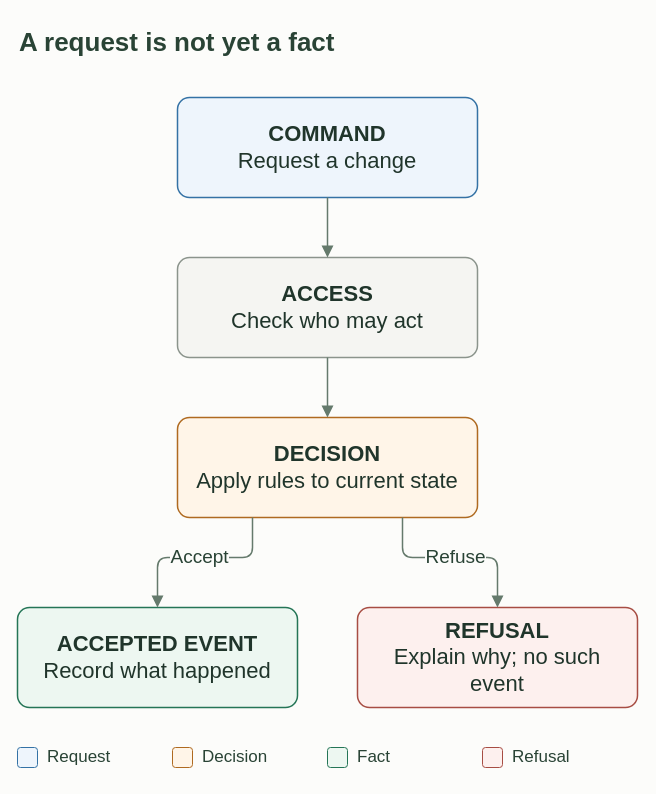
The draw.io diagram website/public/diagrams/request-decision-event.drawio in neohaskell/NeoHaskell, before the edit. Source tidied: cells renumbered, new cells numbered last; positions are measured from the earlier drawing's top-left corner, leaving out a move shared by most shapes. Both pictures are drawn from the tidied source at 100%, with x=0, y=0 at pixel (17, 17).
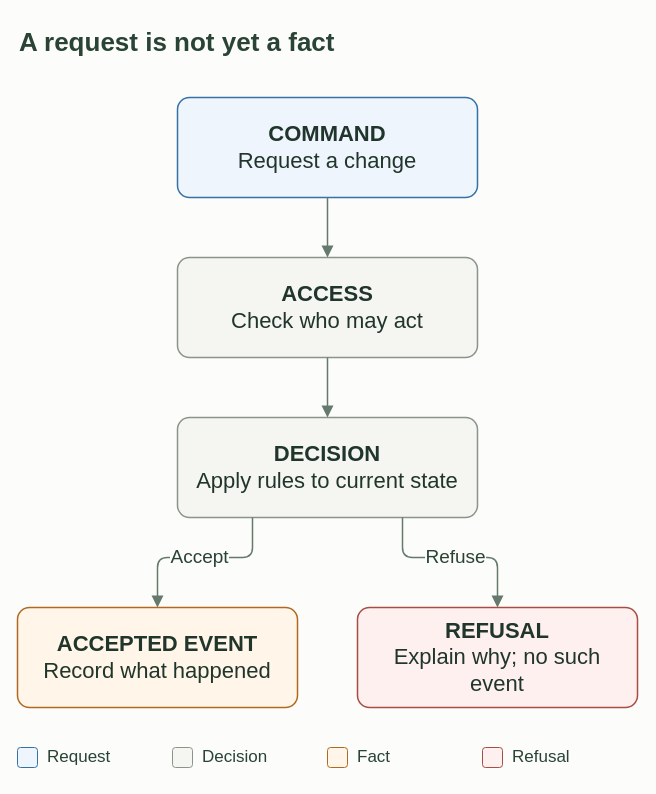
Above is the later version.

The edit, as a diff of the source:
```diff
@@
-    <mxCell id="5" value="&lt;b&gt;DECISION&lt;/b&gt;&lt;br&gt;Apply rules to current state" style="rounded=1;arcSize=12;whiteSpace=wrap;html=1;fontFamily=Helvetica;fontSize=22;fontColor=#20352B;fillColor=#FFF5E8;strokeColor=#AF6A20;strokeWidth=1.5;spacing=12;" parent="1" vertex="1">
+    <mxCell id="5" value="&lt;b&gt;DECISION&lt;/b&gt;&lt;br&gt;Apply rules to current state" style="rounded=1;arcSize=12;whiteSpace=wrap;html=1;fontFamily=Helvetica;fontSize=22;fontColor=#20352B;fillColor=#F5F5F2;strokeColor=#8B948C;strokeWidth=1.5;spacing=12;" parent="1" vertex="1">
       <mxGeometry x="160" y="400" width="300" height="100" as="geometry" />
     </mxCell>
-    <mxCell id="6" value="&lt;b&gt;ACCEPTED EVENT&lt;/b&gt;&lt;br&gt;Record what happened" style="rounded=1;arcSize=12;whiteSpace=wrap;html=1;fontFamily=Helvetica;fontSize=22;fontColor=#20352B;fillColor=#EDF7F1;strokeColor=#247556;strokeWidth=1.5;spacing=12;" parent="1" vertex="1">
+    <mxCell id="6" value="&lt;b&gt;ACCEPTED EVENT&lt;/b&gt;&lt;br&gt;Record what happened" style="rounded=1;arcSize=12;whiteSpace=wrap;html=1;fontFamily=Helvetica;fontSize=22;fontColor=#20352B;fillColor=#FFF5E8;strokeColor=#AF6A20;strokeWidth=1.5;spacing=12;" parent="1" vertex="1">
       <mxGeometry y="590" width="280" height="100" as="geometry" />
     </mxCell>
@@
-    <mxCell id="14" style="rounded=1;html=1;fillColor=#FFF5E8;strokeColor=#AF6A20;" parent="1" vertex="1">
+    <mxCell id="14" style="rounded=1;html=1;fillColor=#F5F5F2;strokeColor=#8B948C;" parent="1" vertex="1">
       <mxGeometry x="155" y="730" width="20" height="20" as="geometry" />
     </mxCell>
@@
-    <mxCell id="16" style="rounded=1;html=1;fillColor=#EDF7F1;strokeColor=#247556;" parent="1" vertex="1">
+    <mxCell id="16" style="rounded=1;html=1;fillColor=#FFF5E8;strokeColor=#AF6A20;" parent="1" vertex="1">
       <mxGeometry x="310" y="730" width="20" height="20" as="geometry" />
     </mxCell>
```
